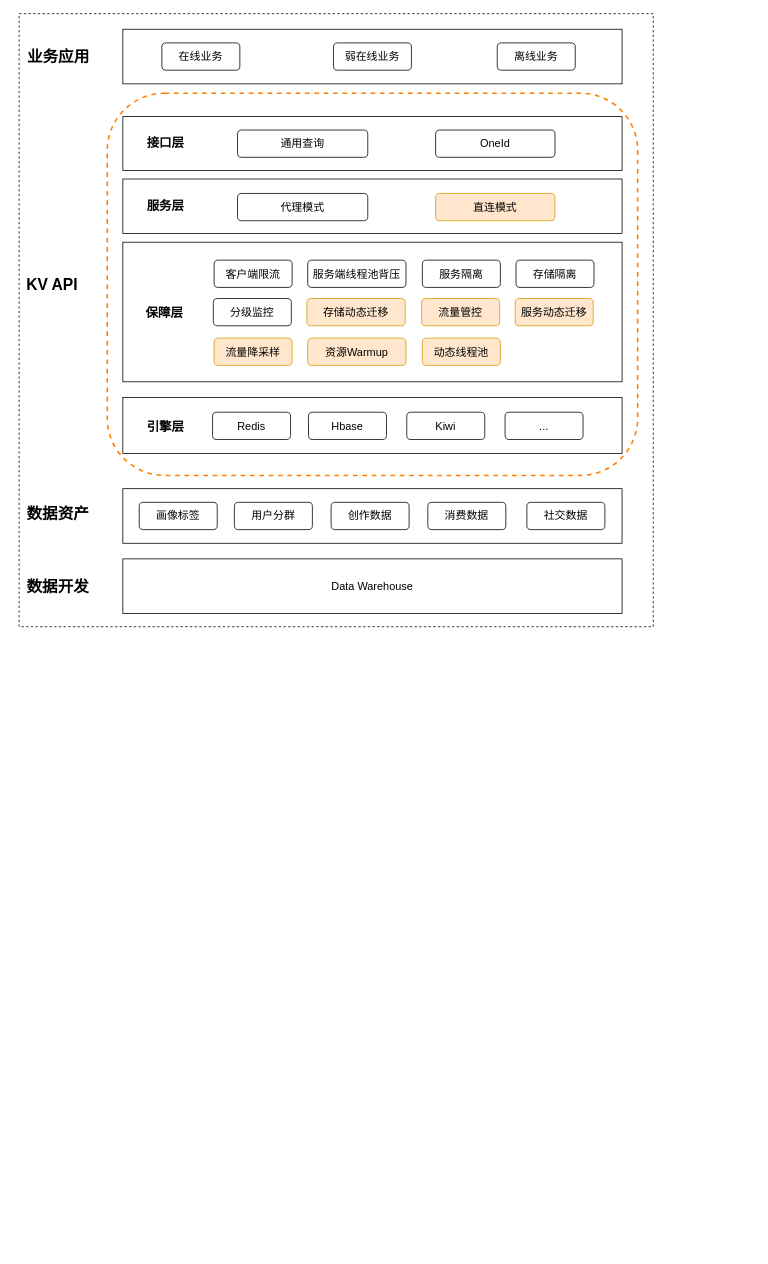
FlyThroughAir/DrawHere keeps this draw.io diagram as 晋升2.drawio. Above is the earlier version. Source tidied: cells renumbered, new cells numbered last; positions are measured from the earlier drawing's top-left corner, leaving out a move shared by most shapes. Both pictures are drawn from the tidied source at 78%, with x=0, y=0 at pixel (12, 13).
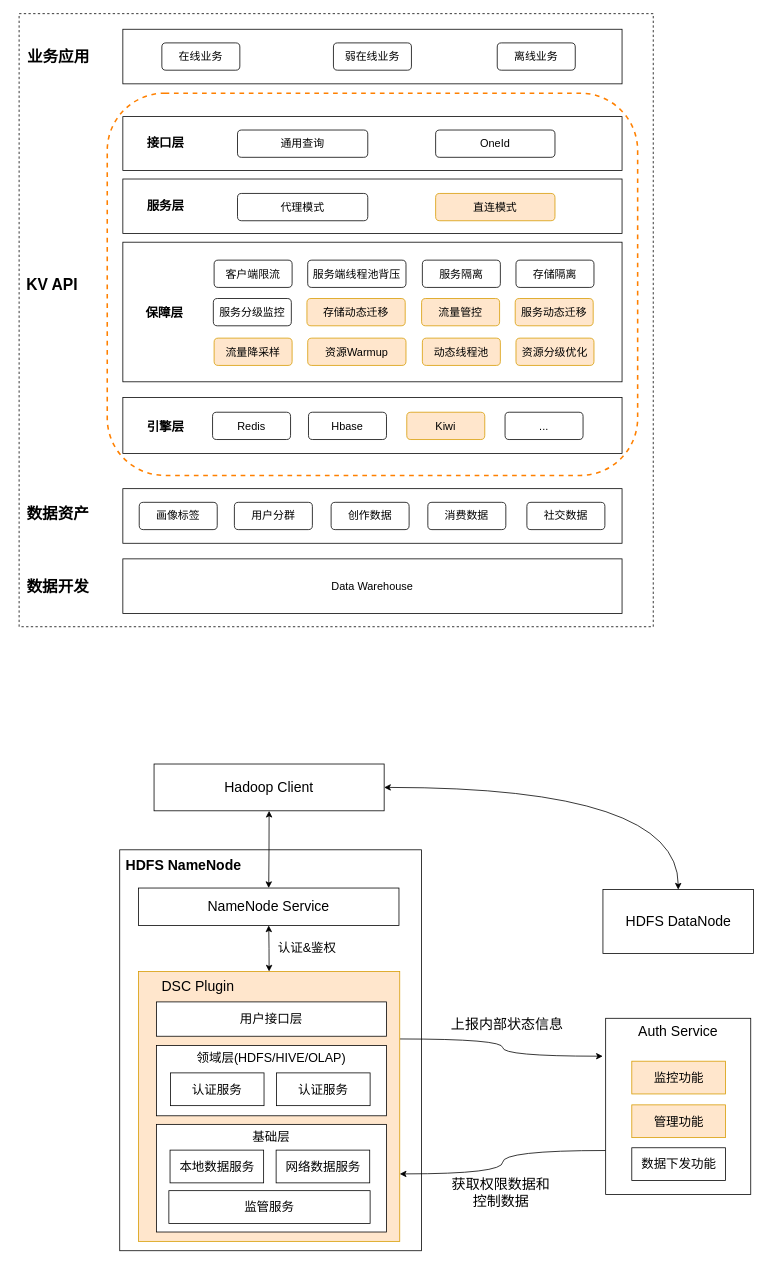
The same page after the edit.

The edit, as a diff of the source:
```diff
@@
-    <mxCell id="21" value="&lt;span style=&quot;font-size: 14px&quot;&gt;Kiwi&lt;/span&gt;" style="rounded=1;whiteSpace=wrap;html=1;" parent="1" vertex="1">
+    <mxCell id="21" value="&lt;span style=&quot;font-size: 14px&quot;&gt;Kiwi&lt;/span&gt;" style="rounded=1;whiteSpace=wrap;html=1;fillColor=#ffe6cc;strokeColor=#d79b00;" parent="1" vertex="1">
       <mxGeometry x="505" y="511" width="100" height="35" as="geometry" />
     </mxCell>
@@
-    <mxCell id="39" value="&lt;span style=&quot;font-size: 14px&quot;&gt;分级监控&lt;/span&gt;" style="rounded=1;whiteSpace=wrap;html=1;" parent="1" vertex="1">
+    <mxCell id="39" value="&lt;span style=&quot;font-size: 14px&quot;&gt;服务分级监控&lt;/span&gt;" style="rounded=1;whiteSpace=wrap;html=1;" parent="1" vertex="1">
       <mxGeometry x="257" y="365.2" width="100" height="35" as="geometry" />
     </mxCell>
@@
+    <mxCell id="46" value="&lt;span style=&quot;font-size: 14px&quot;&gt;资源分级优化&lt;/span&gt;" style="rounded=1;whiteSpace=wrap;html=1;fillColor=#ffe6cc;strokeColor=#d79b00;" parent="1" vertex="1">
+      <mxGeometry x="645" y="416" width="100" height="35" as="geometry" />
+    </mxCell>
+    <mxCell id="47" style="rounded=0;whiteSpace=wrap;html=1;fontSize=16;strokeWidth=1;" parent="1" vertex="1">
+      <mxGeometry x="137" y="1072" width="387" height="514" as="geometry" />
+    </mxCell>
+    <mxCell id="48" style="edgeStyle=orthogonalEdgeStyle;curved=1;rounded=0;jettySize=auto;html=1;exitX=1;exitY=0.5;exitDx=0;exitDy=0;fontSize=16;startArrow=classic;startFill=1;" parent="1" edge="1" source="50" target="69">
+      <mxGeometry relative="1" as="geometry" />
+    </mxCell>
+    <mxCell id="49" style="edgeStyle=orthogonalEdgeStyle;curved=1;rounded=0;jettySize=auto;html=1;exitX=0.5;exitY=1;exitDx=0;exitDy=0;entryX=0.5;entryY=0;entryDx=0;entryDy=0;fontSize=16;startArrow=classic;startFill=1;" parent="1" edge="1" source="50" target="51">
+      <mxGeometry relative="1" as="geometry" />
+    </mxCell>
+    <mxCell id="50" value="&lt;font style=&quot;font-size: 18px;&quot;&gt;Hadoop Client&lt;/font&gt;" style="rounded=0;whiteSpace=wrap;html=1;fontSize=16;strokeWidth=1;" parent="1" vertex="1">
+      <mxGeometry x="181" y="962" width="295" height="60" as="geometry" />
+    </mxCell>
+    <mxCell id="51" value="&lt;font style=&quot;font-size: 18px;&quot;&gt;NameNode Service&lt;/font&gt;" style="rounded=0;whiteSpace=wrap;html=1;fontSize=16;strokeWidth=1;" parent="1" vertex="1">
+      <mxGeometry x="161" y="1121" width="334" height="48" as="geometry" />
+    </mxCell>
+    <mxCell id="52" style="edgeStyle=orthogonalEdgeStyle;rounded=0;jettySize=auto;html=1;exitX=1;exitY=0.25;exitDx=0;exitDy=0;entryX=-0.02;entryY=0.215;entryDx=0;entryDy=0;entryPerimeter=0;fontSize=16;curved=1;" parent="1" edge="1" source="54" target="65">
+      <mxGeometry relative="1" as="geometry" />
+    </mxCell>
+    <mxCell id="53" style="edgeStyle=orthogonalEdgeStyle;curved=1;rounded=0;jettySize=auto;html=1;exitX=0.5;exitY=0;exitDx=0;exitDy=0;fontSize=18;startArrow=classic;startFill=1;" parent="1" edge="1" source="54" target="51">
+      <mxGeometry relative="1" as="geometry" />
+    </mxCell>
+    <mxCell id="54" style="rounded=0;whiteSpace=wrap;html=1;fontSize=16;strokeWidth=1;fillColor=#ffe6cc;strokeColor=#d79b00;" parent="1" vertex="1">
+      <mxGeometry x="161" y="1228" width="335" height="346" as="geometry" />
+    </mxCell>
+    <mxCell id="55" value="&lt;font style=&quot;font-size: 16px;&quot;&gt;用户接口层&lt;/font&gt;" style="rounded=0;whiteSpace=wrap;html=1;fontSize=16;strokeWidth=1;" parent="1" vertex="1">
+      <mxGeometry x="184" y="1267" width="295" height="44" as="geometry" />
+    </mxCell>
+    <mxCell id="56" value="&lt;font style=&quot;font-size: 16px;&quot;&gt;领域层(HDFS/HIVE/OLAP)&lt;/font&gt;" style="rounded=0;whiteSpace=wrap;html=1;fontSize=16;strokeWidth=1;verticalAlign=top;" parent="1" vertex="1">
+      <mxGeometry x="184" y="1323" width="295" height="90" as="geometry" />
+    </mxCell>
+    <mxCell id="57" value="认证服务" style="rounded=0;whiteSpace=wrap;html=1;fontSize=16;strokeWidth=1;" parent="1" vertex="1">
+      <mxGeometry x="202" y="1358" width="120" height="42" as="geometry" />
+    </mxCell>
+    <mxCell id="58" value="&lt;font style=&quot;font-size: 16px;&quot;&gt;基础层&lt;/font&gt;" style="rounded=0;whiteSpace=wrap;html=1;fontSize=16;strokeWidth=1;verticalAlign=top;" parent="1" vertex="1">
+      <mxGeometry x="184" y="1424" width="295" height="138" as="geometry" />
+    </mxCell>
+    <mxCell id="59" value="监管服务" style="rounded=0;whiteSpace=wrap;html=1;fontSize=16;strokeWidth=1;" parent="1" vertex="1">
+      <mxGeometry x="200" y="1509" width="258" height="42" as="geometry" />
+    </mxCell>
+    <mxCell id="60" value="&lt;font style=&quot;font-size: 18px;&quot;&gt;DSC Plugin&lt;/font&gt;" style="text;html=1;strokeColor=none;fillColor=none;align=center;verticalAlign=middle;whiteSpace=wrap;rounded=0;fontSize=16;" parent="1" vertex="1">
+      <mxGeometry x="188" y="1233" width="99" height="30" as="geometry" />
+    </mxCell>
+    <mxCell id="61" value="认证服务" style="rounded=0;whiteSpace=wrap;html=1;fontSize=16;strokeWidth=1;" parent="1" vertex="1">
+      <mxGeometry x="338" y="1358" width="120" height="42" as="geometry" />
+    </mxCell>
+    <mxCell id="62" value="本地数据服务" style="rounded=0;whiteSpace=wrap;html=1;fontSize=16;strokeWidth=1;" parent="1" vertex="1">
+      <mxGeometry x="201.5" y="1457" width="120" height="42" as="geometry" />
+    </mxCell>
+    <mxCell id="63" value="网络数据服务" style="rounded=0;whiteSpace=wrap;html=1;fontSize=16;strokeWidth=1;" parent="1" vertex="1">
+      <mxGeometry x="337.5" y="1457" width="120" height="42" as="geometry" />
+    </mxCell>
+    <mxCell id="64" style="edgeStyle=orthogonalEdgeStyle;rounded=0;jettySize=auto;html=1;exitX=0;exitY=0.75;exitDx=0;exitDy=0;entryX=1;entryY=0.75;entryDx=0;entryDy=0;fontSize=16;curved=1;" parent="1" edge="1" source="65" target="54">
+      <mxGeometry relative="1" as="geometry" />
+    </mxCell>
+    <mxCell id="65" value="&lt;font style=&quot;font-size: 18px;&quot;&gt;Auth Service&lt;/font&gt;" style="rounded=0;whiteSpace=wrap;html=1;fontSize=16;strokeWidth=1;verticalAlign=top;" parent="1" vertex="1">
+      <mxGeometry x="760" y="1288" width="186" height="226" as="geometry" />
+    </mxCell>
+    <mxCell id="66" value="监控功能" style="rounded=0;whiteSpace=wrap;html=1;fontSize=16;strokeWidth=1;fillColor=#ffe6cc;strokeColor=#d79b00;" parent="1" vertex="1">
+      <mxGeometry x="793.5" y="1343" width="120" height="42" as="geometry" />
+    </mxCell>
+    <mxCell id="67" value="管理功能" style="rounded=0;whiteSpace=wrap;html=1;fontSize=16;strokeWidth=1;fillColor=#ffe6cc;strokeColor=#d79b00;" parent="1" vertex="1">
+      <mxGeometry x="793.5" y="1399" width="120" height="42" as="geometry" />
+    </mxCell>
+    <mxCell id="68" value="数据下发功能" style="rounded=0;whiteSpace=wrap;html=1;fontSize=16;strokeWidth=1;" parent="1" vertex="1">
+      <mxGeometry x="793.5" y="1454" width="120" height="42" as="geometry" />
+    </mxCell>
+    <mxCell id="69" value="&lt;font style=&quot;font-size: 18px;&quot;&gt;HDFS DataNode&lt;/font&gt;" style="rounded=0;whiteSpace=wrap;html=1;fontSize=16;strokeWidth=1;" parent="1" vertex="1">
+      <mxGeometry x="756.5" y="1123" width="193" height="82" as="geometry" />
+    </mxCell>
+    <mxCell id="70" value="认证&amp;amp;鉴权" style="text;html=1;strokeColor=none;fillColor=none;align=center;verticalAlign=middle;whiteSpace=wrap;rounded=0;fontSize=16;" parent="1" vertex="1">
+      <mxGeometry x="329" y="1183" width="96.5" height="30" as="geometry" />
+    </mxCell>
+    <mxCell id="71" value="&lt;font style=&quot;font-size: 18px;&quot;&gt;&lt;b&gt;HDFS NameNode&lt;/b&gt;&lt;/font&gt;" style="text;html=1;strokeColor=none;fillColor=none;align=center;verticalAlign=middle;whiteSpace=wrap;rounded=0;fontSize=16;" parent="1" vertex="1">
+      <mxGeometry x="141" y="1078" width="155.5" height="30" as="geometry" />
+    </mxCell>
+    <mxCell id="72" value="上报内部状态信息" style="text;html=1;strokeColor=none;fillColor=none;align=center;verticalAlign=middle;whiteSpace=wrap;rounded=0;fontSize=18;" parent="1" vertex="1">
+      <mxGeometry x="555" y="1281" width="158" height="30" as="geometry" />
+    </mxCell>
+    <mxCell id="73" value="获取权限数据和控制数据" style="text;html=1;strokeColor=none;fillColor=none;align=center;verticalAlign=middle;whiteSpace=wrap;rounded=0;fontSize=18;" parent="1" vertex="1">
+      <mxGeometry x="555" y="1497" width="142" height="30" as="geometry" />
+    </mxCell>
```
